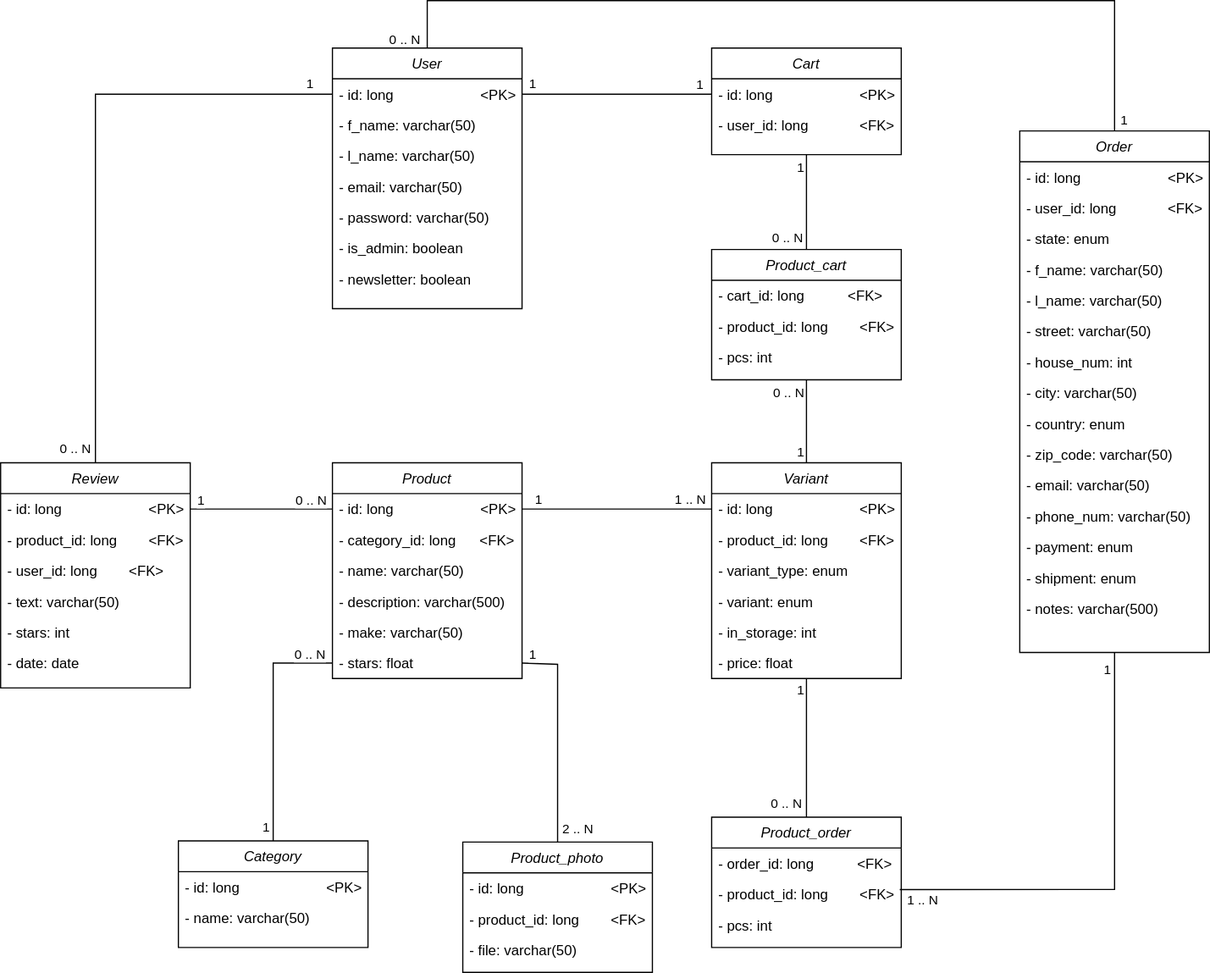
alzbetaziarovska/WTECH_Projekt_Tuptova_Ziarovska keeps this draw.io diagram as uml_diagram.svg. Above is the earlier version. Source tidied: cells renumbered, new cells last; positions are measured from the earlier drawing's top-left corner, leaving out a move shared by most shapes.
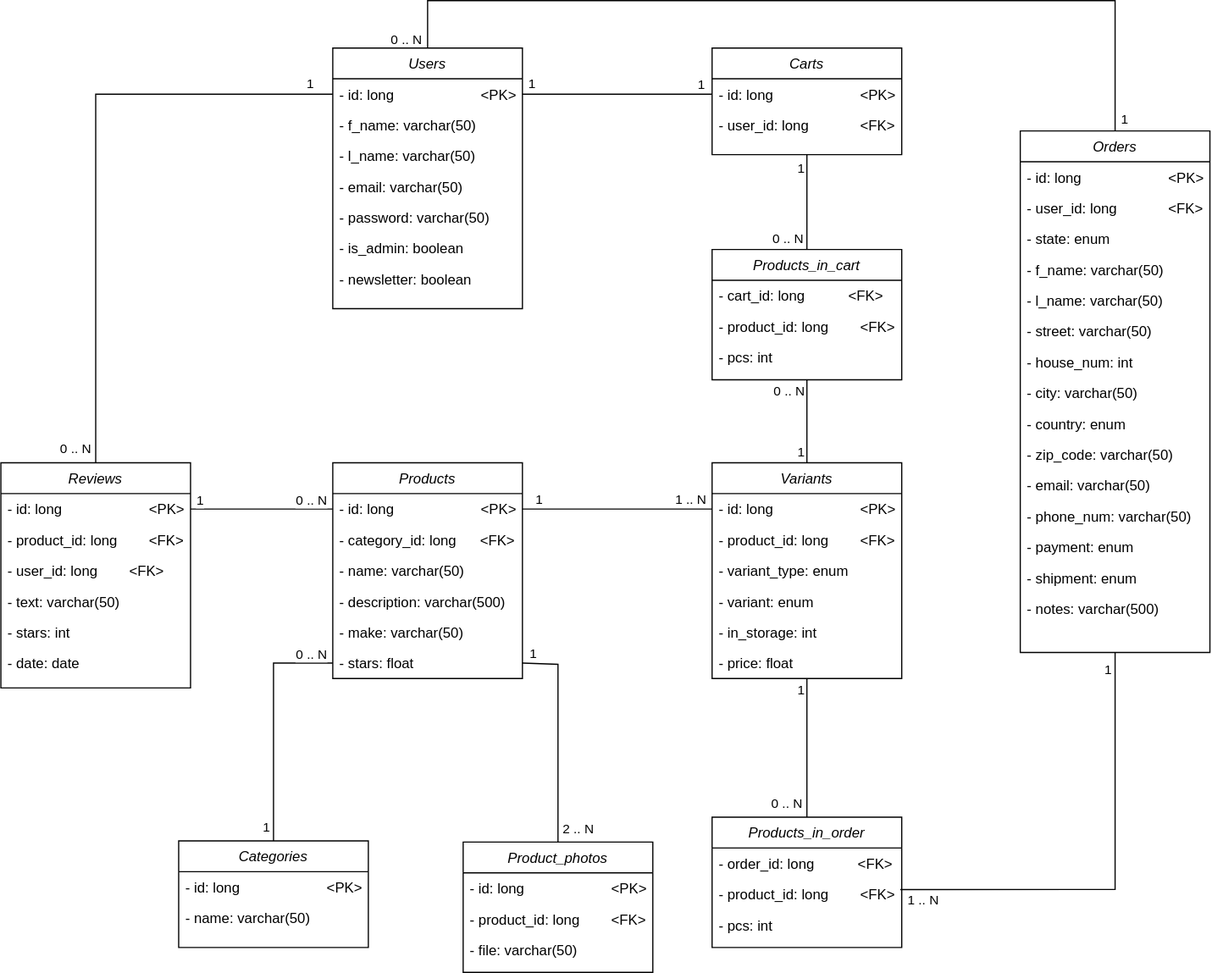
Later version of the same file.

Diff of the diagram source:
```diff
@@ -2,7 +2,7 @@
   <root>
     <mxCell id="0" />
     <mxCell id="1" parent="0" />
-    <mxCell id="2" value="Category" style="swimlane;fontStyle=2;align=center;verticalAlign=top;horizontal=1;startSize=26;rounded=0;shadow=0;strokeWidth=1;" parent="1" vertex="1">
+    <mxCell id="2" value="Categories" style="swimlane;fontStyle=2;align=center;verticalAlign=top;horizontal=1;startSize=26;rounded=0;shadow=0;strokeWidth=1;" parent="1" vertex="1">
       <mxGeometry x="150" y="709" width="160" height="90" as="geometry" />
     </mxCell>
     <mxCell id="3" value="- id: long                      &lt;PK&gt;" style="text;align=left;verticalAlign=top;spacingLeft=4;spacingRight=4;overflow=hidden;" parent="2" vertex="1">
@@ -11,7 +11,7 @@
     <mxCell id="4" value="- name: varchar(50)" style="text;align=left;verticalAlign=top;spacingLeft=4;spacingRight=4;overflow=hidden;rounded=0;shadow=0;html=0;" parent="2" vertex="1">
       <mxGeometry y="52" width="160" height="26" as="geometry" />
     </mxCell>
-    <mxCell id="5" value="Product" style="swimlane;fontStyle=2;align=center;verticalAlign=top;horizontal=1;startSize=26;rounded=0;shadow=0;strokeWidth=1;" parent="1" vertex="1">
+    <mxCell id="5" value="Products" style="swimlane;fontStyle=2;align=center;verticalAlign=top;horizontal=1;startSize=26;rounded=0;shadow=0;strokeWidth=1;" parent="1" vertex="1">
       <mxGeometry x="280" y="390" width="160" height="182" as="geometry" />
     </mxCell>
     <mxCell id="6" value="- id: long                      &lt;PK&gt;" style="text;align=left;verticalAlign=top;spacingLeft=4;spacingRight=4;overflow=hidden;points=[[0,0.5],[1,0.5]];portConstraint=eastwest;" parent="5" vertex="1">
@@ -32,7 +32,7 @@
     <mxCell id="11" value="- stars: float" style="text;align=left;verticalAlign=top;spacingLeft=4;spacingRight=4;overflow=hidden;points=[[0,0.5],[1,0.5]];portConstraint=eastwest;rounded=0;shadow=0;html=0;" parent="5" vertex="1">
       <mxGeometry y="156" width="160" height="26" as="geometry" />
     </mxCell>
-    <mxCell id="12" value="Order" style="swimlane;fontStyle=2;align=center;verticalAlign=top;horizontal=1;startSize=26;rounded=0;shadow=0;strokeWidth=1;" parent="1" vertex="1">
+    <mxCell id="12" value="Orders" style="swimlane;fontStyle=2;align=center;verticalAlign=top;horizontal=1;startSize=26;rounded=0;shadow=0;strokeWidth=1;" parent="1" vertex="1">
       <mxGeometry x="860" y="110" width="160" height="440" as="geometry" />
     </mxCell>
     <mxCell id="13" value="- id: long                      &lt;PK&gt;" style="text;align=left;verticalAlign=top;spacingLeft=4;spacingRight=4;overflow=hidden;" parent="12" vertex="1">
@@ -80,7 +80,7 @@
     <mxCell id="27" value="- notes: varchar(500)" style="text;align=left;verticalAlign=top;spacingLeft=4;spacingRight=4;overflow=hidden;" parent="12" vertex="1">
       <mxGeometry y="390" width="160" height="26" as="geometry" />
     </mxCell>
-    <mxCell id="28" value="User" style="swimlane;fontStyle=2;align=center;verticalAlign=top;horizontal=1;startSize=26;rounded=0;shadow=0;strokeWidth=1;" parent="1" vertex="1">
+    <mxCell id="28" value="Users" style="swimlane;fontStyle=2;align=center;verticalAlign=top;horizontal=1;startSize=26;rounded=0;shadow=0;strokeWidth=1;" parent="1" vertex="1">
       <mxGeometry x="280" y="40" width="160" height="220" as="geometry" />
     </mxCell>
     <mxCell id="29" value="- id: long                      &lt;PK&gt;" style="text;align=left;verticalAlign=top;spacingLeft=4;spacingRight=4;overflow=hidden;points=[[0,0.5],[1,0.5]];portConstraint=eastwest;" parent="28" vertex="1">
@@ -104,7 +104,7 @@
     <mxCell id="35" value="- newsletter: boolean" style="text;align=left;verticalAlign=top;spacingLeft=4;spacingRight=4;overflow=hidden;" parent="28" vertex="1">
       <mxGeometry y="182" width="160" height="26" as="geometry" />
     </mxCell>
-    <mxCell id="36" value="Cart" style="swimlane;fontStyle=2;align=center;verticalAlign=top;horizontal=1;startSize=26;rounded=0;shadow=0;strokeWidth=1;" parent="1" vertex="1">
+    <mxCell id="36" value="Carts" style="swimlane;fontStyle=2;align=center;verticalAlign=top;horizontal=1;startSize=26;rounded=0;shadow=0;strokeWidth=1;" parent="1" vertex="1">
       <mxGeometry x="600" y="40" width="160" height="90" as="geometry" />
     </mxCell>
     <mxCell id="37" value="- id: long                      &lt;PK&gt;" style="text;align=left;verticalAlign=top;spacingLeft=4;spacingRight=4;overflow=hidden;points=[[0,0.5],[1,0.5]];portConstraint=eastwest;" parent="36" vertex="1">
@@ -113,7 +113,7 @@
     <mxCell id="38" value="- user_id: long             &lt;FK&gt;" style="text;align=left;verticalAlign=top;spacingLeft=4;spacingRight=4;overflow=hidden;rounded=0;shadow=0;html=0;" parent="36" vertex="1">
       <mxGeometry y="52" width="160" height="26" as="geometry" />
     </mxCell>
-    <mxCell id="39" value="Product_cart" style="swimlane;fontStyle=2;align=center;verticalAlign=top;horizontal=1;startSize=26;rounded=0;shadow=0;strokeWidth=1;" parent="1" vertex="1">
+    <mxCell id="39" value="Products_in_cart" style="swimlane;fontStyle=2;align=center;verticalAlign=top;horizontal=1;startSize=26;rounded=0;shadow=0;strokeWidth=1;" parent="1" vertex="1">
       <mxGeometry x="600" y="210" width="160" height="110" as="geometry" />
     </mxCell>
     <mxCell id="40" value="- cart_id: long           &lt;FK&gt;" style="text;align=left;verticalAlign=top;spacingLeft=4;spacingRight=4;overflow=hidden;" parent="39" vertex="1">
@@ -149,7 +149,7 @@
         <mxPoint x="-1" as="offset" />
       </mxGeometry>
     </mxCell>
-    <mxCell id="49" value="Product_photo" style="swimlane;fontStyle=2;align=center;verticalAlign=top;horizontal=1;startSize=26;rounded=0;shadow=0;strokeWidth=1;" parent="1" vertex="1">
+    <mxCell id="49" value="Product_photos" style="swimlane;fontStyle=2;align=center;verticalAlign=top;horizontal=1;startSize=26;rounded=0;shadow=0;strokeWidth=1;" parent="1" vertex="1">
       <mxGeometry x="390" y="710" width="160" height="110" as="geometry" />
     </mxCell>
     <mxCell id="50" value="- id: long                      &lt;PK&gt;" style="text;align=left;verticalAlign=top;spacingLeft=4;spacingRight=4;overflow=hidden;" parent="49" vertex="1">
@@ -161,7 +161,7 @@
     <mxCell id="52" value="- file: varchar(50)" style="text;align=left;verticalAlign=top;spacingLeft=4;spacingRight=4;overflow=hidden;rounded=0;shadow=0;html=0;" parent="49" vertex="1">
       <mxGeometry y="78" width="160" height="26" as="geometry" />
     </mxCell>
-    <mxCell id="53" value="Variant" style="swimlane;fontStyle=2;align=center;verticalAlign=top;horizontal=1;startSize=26;rounded=0;shadow=0;strokeWidth=1;" parent="1" vertex="1">
+    <mxCell id="53" value="Variants" style="swimlane;fontStyle=2;align=center;verticalAlign=top;horizontal=1;startSize=26;rounded=0;shadow=0;strokeWidth=1;" parent="1" vertex="1">
       <mxGeometry x="600" y="390" width="160" height="182" as="geometry" />
     </mxCell>
     <mxCell id="54" value="- id: long                      &lt;PK&gt;" style="text;align=left;verticalAlign=top;spacingLeft=4;spacingRight=4;overflow=hidden;points=[[0,0.5],[1,0.5]];portConstraint=eastwest;" parent="53" vertex="1">
@@ -206,7 +206,7 @@
         <mxPoint x="1" y="6" as="offset" />
       </mxGeometry>
     </mxCell>
-    <mxCell id="66" value="Review" style="swimlane;fontStyle=2;align=center;verticalAlign=top;horizontal=1;startSize=26;rounded=0;shadow=0;strokeWidth=1;" parent="1" vertex="1">
+    <mxCell id="66" value="Reviews" style="swimlane;fontStyle=2;align=center;verticalAlign=top;horizontal=1;startSize=26;rounded=0;shadow=0;strokeWidth=1;" parent="1" vertex="1">
       <mxGeometry y="390" width="160" height="190" as="geometry" />
     </mxCell>
     <mxCell id="67" value="- id: long                      &lt;PK&gt;" style="text;align=left;verticalAlign=top;spacingLeft=4;spacingRight=4;overflow=hidden;points=[[0,0.5],[1,0.5]];portConstraint=eastwest;" parent="66" vertex="1">
@@ -242,7 +242,7 @@
         <mxPoint x="-4" y="7" as="offset" />
       </mxGeometry>
     </mxCell>
-    <mxCell id="76" value="Product_order" style="swimlane;fontStyle=2;align=center;verticalAlign=top;horizontal=1;startSize=26;rounded=0;shadow=0;strokeWidth=1;" parent="1" vertex="1">
+    <mxCell id="76" value="Products_in_order" style="swimlane;fontStyle=2;align=center;verticalAlign=top;horizontal=1;startSize=26;rounded=0;shadow=0;strokeWidth=1;" parent="1" vertex="1">
       <mxGeometry x="600" y="689" width="160" height="110" as="geometry" />
     </mxCell>
     <mxCell id="77" value="- order_id: long           &lt;FK&gt;" style="text;align=left;verticalAlign=top;spacingLeft=4;spacingRight=4;overflow=hidden;" parent="76" vertex="1">
```
